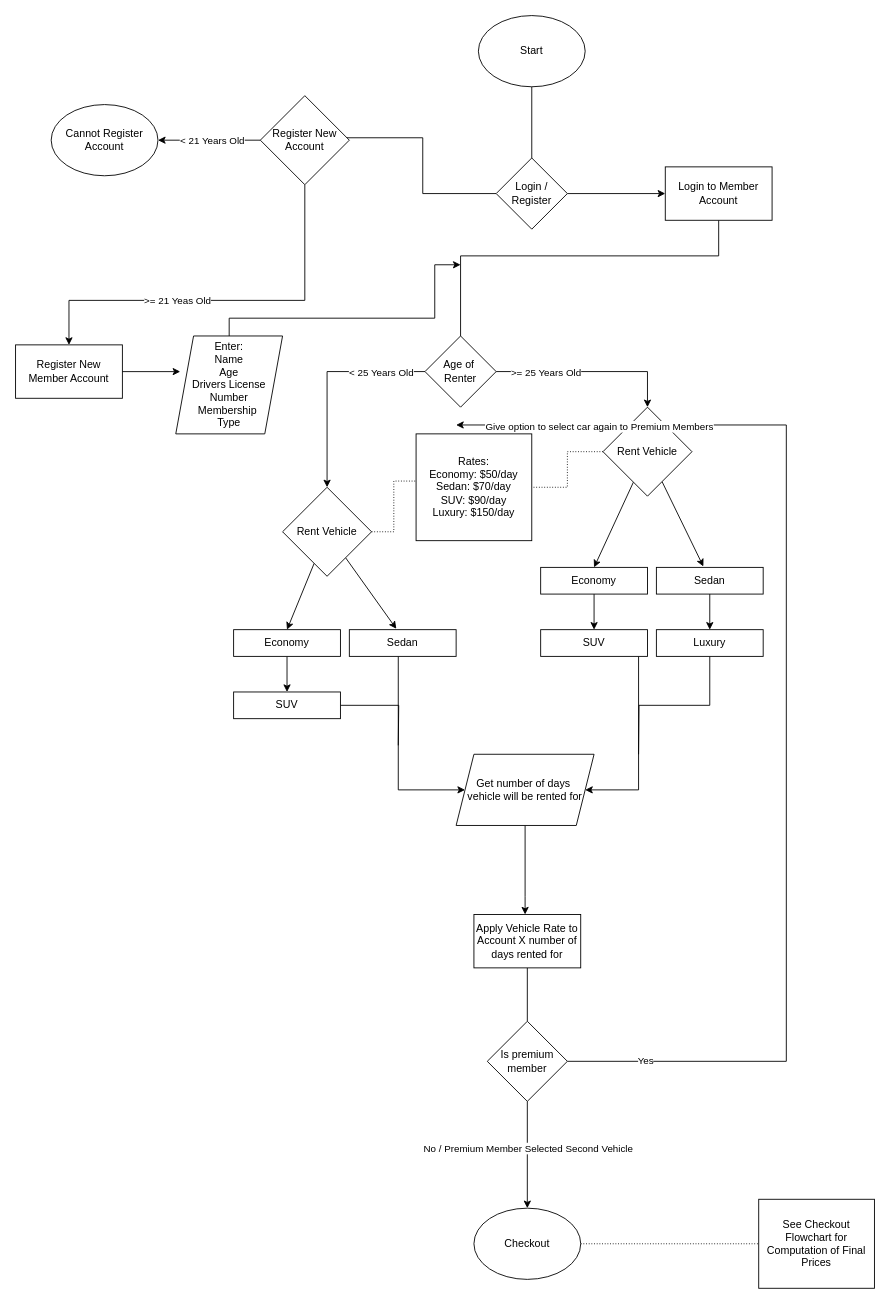
Above: Milestone0.2/Flowcharts/Draw.io Files/[Member Log in and Registration] and [Car Rental Process] Flowchart.drawio in Ivanq50/CptS422Project (draw.io), before the change. Source tidied: cells renumbered, new cells numbered last; positions are measured from the earlier drawing's top-left corner, leaving out a move shared by most shapes. Both pictures are drawn from the tidied source at 89%, with x=0, y=0 at pixel (15, 15).
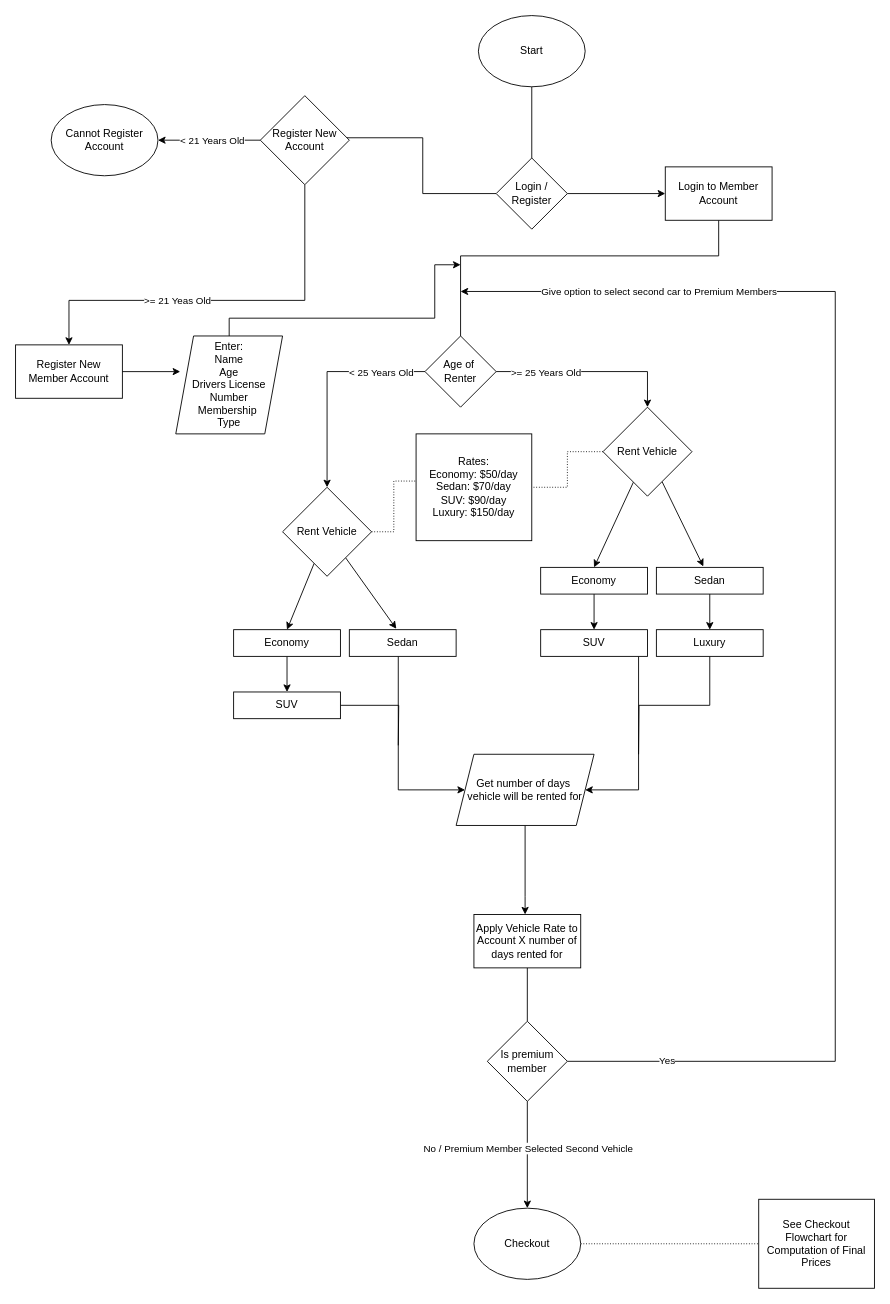
The same diagram, later.

The change refers to these unchanged cells:
```xml
<mxCell id="56" value="Is premium member" style="rhombus;whiteSpace=wrap;html=1;" parent="1" vertex="1">
  <mxGeometry x="530" y="1130" width="90" height="90" as="geometry" />
</mxCell>
```

Change to the diagram source:
```diff
@@
-    <mxCell id="51" style="edgeStyle=orthogonalEdgeStyle;rounded=0;jettySize=auto;html=1;jumpStyle=none;" parent="1" edge="1" source="56">
-      <mxGeometry relative="1" as="geometry">
-        <mxPoint x="495" y="460" as="targetPoint" />
-        <Array as="points">
-          <mxPoint x="866" y="1175" />
-          <mxPoint x="866" y="460" />
-        </Array>
-      </mxGeometry>
-    </mxCell>
-    <mxCell id="52" value="Yes" style="edgeLabel;html=1;align=center;verticalAlign=middle;" parent="51" vertex="1">
-      <mxGeometry x="-0.87" y="3" relative="1" as="geometry">
-        <mxPoint y="1" as="offset" />
-      </mxGeometry>
-    </mxCell>
-    <mxCell id="53" value="Give option to select car again to Premium Members" style="edgeLabel;html=1;align=center;verticalAlign=middle;" parent="51" vertex="1">
-      <mxGeometry x="0.76" y="1" relative="1" as="geometry" />
-    </mxCell>
@@
+    <mxCell id="60" style="edgeStyle=orthogonalEdgeStyle;rounded=0;jettySize=auto;html=1;" parent="1" edge="1" source="56">
+      <mxGeometry relative="1" as="geometry">
+        <mxPoint x="500" y="310" as="targetPoint" />
+        <Array as="points">
+          <mxPoint x="921" y="1175" />
+        </Array>
+      </mxGeometry>
+    </mxCell>
+    <mxCell id="61" value="Give option to select second car to Premium Members" style="edgeLabel;html=1;align=center;verticalAlign=middle;" parent="60" vertex="1">
+      <mxGeometry x="0.72" y="-3" relative="1" as="geometry">
+        <mxPoint y="3" as="offset" />
+      </mxGeometry>
+    </mxCell>
+    <mxCell id="52" value="Yes" style="edgeLabel;html=1;align=center;verticalAlign=middle;" parent="60" vertex="1">
+      <mxGeometry x="-0.86" y="1" relative="1" as="geometry" />
+    </mxCell>
```
